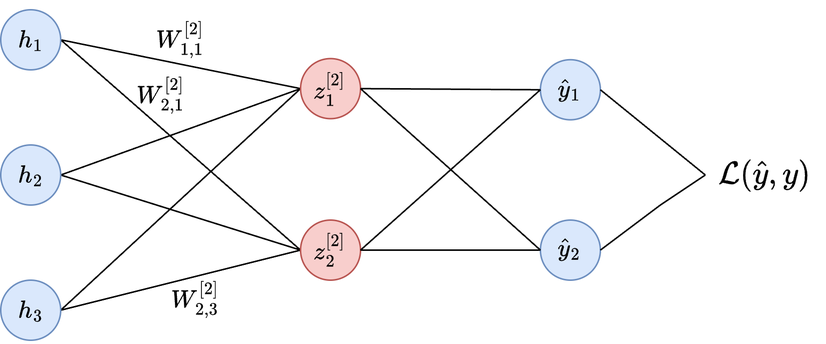
Above: docs/posts/mnist_nn/images/output_layer_base.png in jordancoblin/jordancoblin.github.io (draw.io), before the change. Source tidied: cells renumbered, new cells last; positions are measured from the earlier drawing's top-left corner, leaving out a move shared by most shapes. The source it was exported from:
```xml
<mxGraphModel math="1">
  <root>
    <mxCell id="0" />
    <mxCell id="1" parent="0" />
    <mxCell id="2" style="endArrow=none;html=1;rounded=0;exitX=1;exitY=0.5;exitDx=0;exitDy=0;entryX=0;entryY=0.5;entryDx=0;entryDy=0;startArrow=none;startFill=0;endFill=0;strokeWidth=1;fillColor=#f8cecc;strokeColor=default;" parent="1" edge="1" source="8" target="10">
      <mxGeometry relative="1" as="geometry" />
    </mxCell>
    <mxCell id="3" style="endArrow=none;html=1;rounded=0;exitX=1;exitY=0.5;exitDx=0;exitDy=0;entryX=0;entryY=0.5;entryDx=0;entryDy=0;endFill=0;" parent="1" edge="1" source="8" target="14">
      <mxGeometry relative="1" as="geometry" />
    </mxCell>
    <mxCell id="4" style="endArrow=none;html=1;rounded=0;entryX=0;entryY=0.5;entryDx=0;entryDy=0;exitX=1;exitY=0.5;exitDx=0;exitDy=0;endFill=0;" parent="1" edge="1" source="12" target="14">
      <mxGeometry relative="1" as="geometry" />
    </mxCell>
    <mxCell id="5" style="endArrow=none;html=1;rounded=0;exitX=1;exitY=0.5;exitDx=0;exitDy=0;entryX=0;entryY=0.5;entryDx=0;entryDy=0;endFill=0;" parent="1" edge="1" source="12" target="10">
      <mxGeometry relative="1" as="geometry" />
    </mxCell>
    <mxCell id="6" style="endArrow=none;html=1;rounded=0;exitX=1;exitY=0.5;exitDx=0;exitDy=0;entryX=0;entryY=0.5;entryDx=0;entryDy=0;endFill=0;" parent="1" edge="1" source="16" target="10">
      <mxGeometry relative="1" as="geometry" />
    </mxCell>
    <mxCell id="7" style="endArrow=none;html=1;rounded=0;exitX=1;exitY=0.5;exitDx=0;exitDy=0;entryX=0;entryY=0.5;entryDx=0;entryDy=0;endFill=0;" parent="1" edge="1" source="16" target="14">
      <mxGeometry relative="1" as="geometry" />
    </mxCell>
    <mxCell id="8" style="ellipse;whiteSpace=wrap;html=1;fillColor=#dae8fc;strokeColor=#6c8ebf;" parent="1" vertex="1">
      <mxGeometry width="40" height="40" as="geometry" />
    </mxCell>
    <mxCell id="9" value="$$h_1$$" style="text;html=1;align=center;verticalAlign=middle;whiteSpace=wrap;rounded=0;fontStyle=0;fontSize=14;" parent="1" vertex="1">
      <mxGeometry x="5" y="8.8" width="30" height="22.5" as="geometry" />
    </mxCell>
    <mxCell id="10" style="ellipse;whiteSpace=wrap;html=1;fillColor=#f8cecc;strokeColor=#b85450;" parent="1" vertex="1">
      <mxGeometry x="200" y="32.5" width="40" height="40" as="geometry" />
    </mxCell>
    <mxCell id="11" value="$$z^{[2]}_1$$" style="text;html=1;align=center;verticalAlign=middle;whiteSpace=wrap;rounded=0;fontStyle=0;fontSize=14;" parent="1" vertex="1">
      <mxGeometry x="205" y="42.5" width="30" height="20" as="geometry" />
    </mxCell>
    <mxCell id="12" style="ellipse;whiteSpace=wrap;html=1;fillColor=#dae8fc;strokeColor=#6c8ebf;" parent="1" vertex="1">
      <mxGeometry y="90" width="40" height="40" as="geometry" />
    </mxCell>
    <mxCell id="13" value="$$h_2$$" style="text;html=1;align=center;verticalAlign=middle;whiteSpace=wrap;rounded=0;fontStyle=0;fontSize=14;" parent="1" vertex="1">
      <mxGeometry x="5" y="100" width="30" height="20" as="geometry" />
    </mxCell>
    <mxCell id="14" style="ellipse;whiteSpace=wrap;html=1;fillColor=#f8cecc;strokeColor=#b85450;" parent="1" vertex="1">
      <mxGeometry x="200" y="140" width="40" height="40" as="geometry" />
    </mxCell>
    <mxCell id="15" value="$$z^{[2]}_2$$" style="text;html=1;align=center;verticalAlign=middle;whiteSpace=wrap;rounded=0;fontStyle=0;fontSize=14;" parent="1" vertex="1">
      <mxGeometry x="205" y="147.5" width="30" height="25" as="geometry" />
    </mxCell>
    <mxCell id="16" style="ellipse;whiteSpace=wrap;html=1;fillColor=#dae8fc;strokeColor=#6c8ebf;" parent="1" vertex="1">
      <mxGeometry y="180" width="40" height="40" as="geometry" />
    </mxCell>
    <mxCell id="17" value="$$h_3$$" style="text;html=1;align=center;verticalAlign=middle;whiteSpace=wrap;rounded=0;fontStyle=0;fontSize=14;" parent="1" vertex="1">
      <mxGeometry x="5" y="187.5" width="30" height="25" as="geometry" />
    </mxCell>
    <mxCell id="18" style="group;" parent="1" vertex="1">
      <mxGeometry x="360" y="33.2" width="40" height="40" as="geometry" />
    </mxCell>
    <mxCell id="19" style="ellipse;whiteSpace=wrap;html=1;fillColor=#dae8fc;strokeColor=#6c8ebf;" parent="18" vertex="1">
      <mxGeometry width="40" height="40" as="geometry" />
    </mxCell>
    <mxCell id="20" value="$$\hat{y}_1$$" style="text;html=1;align=center;verticalAlign=middle;whiteSpace=wrap;rounded=0;fontStyle=0;fontSize=14;" parent="18" vertex="1">
      <mxGeometry x="5" y="8.8" width="30" height="22.5" as="geometry" />
    </mxCell>
    <mxCell id="21" style="group;" parent="1" vertex="1">
      <mxGeometry x="360" y="140" width="40" height="40" as="geometry" />
    </mxCell>
    <mxCell id="22" style="group;" parent="21" vertex="1">
      <mxGeometry width="40" height="40" as="geometry" />
    </mxCell>
    <mxCell id="23" style="ellipse;whiteSpace=wrap;html=1;fillColor=#dae8fc;strokeColor=#6c8ebf;" parent="22" vertex="1">
      <mxGeometry width="40" height="40" as="geometry" />
    </mxCell>
    <mxCell id="24" value="$$\hat{y}_2$$" style="text;html=1;align=center;verticalAlign=middle;whiteSpace=wrap;rounded=0;fontStyle=0;fontSize=14;" parent="21" vertex="1">
      <mxGeometry x="5" y="8.8" width="30" height="21.2" as="geometry" />
    </mxCell>
    <mxCell id="25" style="endArrow=none;html=1;rounded=0;exitX=1;exitY=0.5;exitDx=0;exitDy=0;entryX=0;entryY=0.5;entryDx=0;entryDy=0;fillColor=#f8cecc;strokeColor=default;strokeWidth=1;" parent="1" edge="1" source="10" target="19">
      <mxGeometry relative="1" as="geometry" />
    </mxCell>
    <mxCell id="26" style="endArrow=none;html=1;rounded=0;exitX=1;exitY=0.5;exitDx=0;exitDy=0;entryX=0;entryY=0.5;entryDx=0;entryDy=0;fillColor=#f8cecc;strokeColor=default;strokeWidth=1;" parent="1" edge="1" source="10" target="23">
      <mxGeometry relative="1" as="geometry" />
    </mxCell>
    <mxCell id="27" style="endArrow=none;html=1;rounded=0;exitX=1;exitY=0.5;exitDx=0;exitDy=0;entryX=0;entryY=0.5;entryDx=0;entryDy=0;" parent="1" edge="1" source="14" target="19">
      <mxGeometry relative="1" as="geometry" />
    </mxCell>
    <mxCell id="28" style="endArrow=none;html=1;rounded=0;exitX=1;exitY=0.5;exitDx=0;exitDy=0;entryX=0;entryY=0.5;entryDx=0;entryDy=0;" parent="1" edge="1" source="14" target="23">
      <mxGeometry relative="1" as="geometry" />
    </mxCell>
    <mxCell id="29" value="$$\mathcal{L}(\hat{y}, y)$$" style="text;html=1;align=center;verticalAlign=middle;whiteSpace=wrap;rounded=0;fontSize=18;" parent="1" vertex="1">
      <mxGeometry x="470" y="82.5" width="80" height="55" as="geometry" />
    </mxCell>
    <mxCell id="30" style="endArrow=none;html=1;rounded=0;exitX=1;exitY=0.5;exitDx=0;exitDy=0;entryX=0;entryY=0.5;entryDx=0;entryDy=0;fillColor=#f8cecc;strokeColor=default;strokeWidth=1;" parent="1" edge="1" source="19" target="29">
      <mxGeometry relative="1" as="geometry" />
    </mxCell>
    <mxCell id="31" style="endArrow=none;html=1;rounded=0;exitX=1;exitY=0.5;exitDx=0;exitDy=0;entryX=0;entryY=0.5;entryDx=0;entryDy=0;strokeWidth=1;fillColor=#f8cecc;strokeColor=default;" parent="1" edge="1" source="23" target="29">
      <mxGeometry relative="1" as="geometry">
        <Array as="points">
          <mxPoint x="440" y="130" />
        </Array>
      </mxGeometry>
    </mxCell>
    <mxCell id="32" value="$$W^{[2]}_{1,1}$$" style="text;html=1;align=center;verticalAlign=middle;whiteSpace=wrap;rounded=0;fontSize=14;" parent="1" vertex="1">
      <mxGeometry x="90" y="5" width="60" height="30" as="geometry" />
    </mxCell>
    <mxCell id="33" value="$$W^{[2]}_{2,1}$$" style="text;html=1;align=center;verticalAlign=middle;whiteSpace=wrap;rounded=0;fontSize=14;" parent="1" vertex="1">
      <mxGeometry x="77" y="42" width="60" height="30" as="geometry" />
    </mxCell>
    <mxCell id="34" value="$$W^{[2]}_{2,3}$$" style="text;html=1;align=center;verticalAlign=middle;whiteSpace=wrap;rounded=0;fontSize=14;" parent="1" vertex="1">
      <mxGeometry x="100" y="178" width="60" height="30" as="geometry" />
    </mxCell>
  </root>
</mxGraphModel>
```
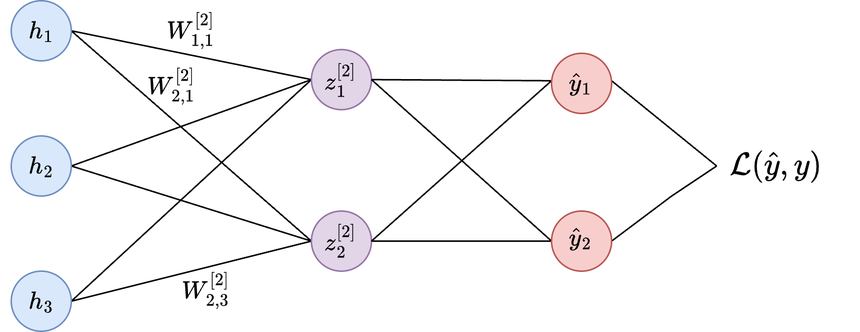
The same diagram one commit later.

Change to the diagram source:
```diff
@@ -26,7 +26,7 @@
     <mxCell id="9" value="$$h_1$$" style="text;html=1;align=center;verticalAlign=middle;whiteSpace=wrap;rounded=0;fontStyle=0;fontSize=14;" parent="1" vertex="1">
       <mxGeometry x="5" y="8.8" width="30" height="22.5" as="geometry" />
     </mxCell>
-    <mxCell id="10" style="ellipse;whiteSpace=wrap;html=1;fillColor=#f8cecc;strokeColor=#b85450;" parent="1" vertex="1">
+    <mxCell id="10" style="ellipse;whiteSpace=wrap;html=1;fillColor=#e1d5e7;strokeColor=#9673a6;" parent="1" vertex="1">
       <mxGeometry x="200" y="32.5" width="40" height="40" as="geometry" />
     </mxCell>
     <mxCell id="11" value="$$z^{[2]}_1$$" style="text;html=1;align=center;verticalAlign=middle;whiteSpace=wrap;rounded=0;fontStyle=0;fontSize=14;" parent="1" vertex="1">
@@ -38,7 +38,7 @@
     <mxCell id="13" value="$$h_2$$" style="text;html=1;align=center;verticalAlign=middle;whiteSpace=wrap;rounded=0;fontStyle=0;fontSize=14;" parent="1" vertex="1">
       <mxGeometry x="5" y="100" width="30" height="20" as="geometry" />
     </mxCell>
-    <mxCell id="14" style="ellipse;whiteSpace=wrap;html=1;fillColor=#f8cecc;strokeColor=#b85450;" parent="1" vertex="1">
+    <mxCell id="14" style="ellipse;whiteSpace=wrap;html=1;fillColor=#e1d5e7;strokeColor=#9673a6;" parent="1" vertex="1">
       <mxGeometry x="200" y="140" width="40" height="40" as="geometry" />
     </mxCell>
     <mxCell id="15" value="$$z^{[2]}_2$$" style="text;html=1;align=center;verticalAlign=middle;whiteSpace=wrap;rounded=0;fontStyle=0;fontSize=14;" parent="1" vertex="1">
@@ -50,47 +50,37 @@
     <mxCell id="17" value="$$h_3$$" style="text;html=1;align=center;verticalAlign=middle;whiteSpace=wrap;rounded=0;fontStyle=0;fontSize=14;" parent="1" vertex="1">
       <mxGeometry x="5" y="187.5" width="30" height="25" as="geometry" />
     </mxCell>
-    <mxCell id="18" style="group;" parent="1" vertex="1">
-      <mxGeometry x="360" y="33.2" width="40" height="40" as="geometry" />
-    </mxCell>
-    <mxCell id="19" style="ellipse;whiteSpace=wrap;html=1;fillColor=#dae8fc;strokeColor=#6c8ebf;" parent="18" vertex="1">
-      <mxGeometry width="40" height="40" as="geometry" />
-    </mxCell>
-    <mxCell id="20" value="$$\hat{y}_1$$" style="text;html=1;align=center;verticalAlign=middle;whiteSpace=wrap;rounded=0;fontStyle=0;fontSize=14;" parent="18" vertex="1">
-      <mxGeometry x="5" y="8.8" width="30" height="22.5" as="geometry" />
-    </mxCell>
-    <mxCell id="21" style="group;" parent="1" vertex="1">
-      <mxGeometry x="360" y="140" width="40" height="40" as="geometry" />
-    </mxCell>
-    <mxCell id="22" style="group;" parent="21" vertex="1">
-      <mxGeometry width="40" height="40" as="geometry" />
-    </mxCell>
-    <mxCell id="23" style="ellipse;whiteSpace=wrap;html=1;fillColor=#dae8fc;strokeColor=#6c8ebf;" parent="22" vertex="1">
-      <mxGeometry width="40" height="40" as="geometry" />
-    </mxCell>
-    <mxCell id="24" value="$$\hat{y}_2$$" style="text;html=1;align=center;verticalAlign=middle;whiteSpace=wrap;rounded=0;fontStyle=0;fontSize=14;" parent="21" vertex="1">
-      <mxGeometry x="5" y="8.8" width="30" height="21.2" as="geometry" />
-    </mxCell>
-    <mxCell id="25" style="endArrow=none;html=1;rounded=0;exitX=1;exitY=0.5;exitDx=0;exitDy=0;entryX=0;entryY=0.5;entryDx=0;entryDy=0;fillColor=#f8cecc;strokeColor=default;strokeWidth=1;" parent="1" edge="1" source="10" target="19">
-      <mxGeometry relative="1" as="geometry" />
+    <mxCell id="25" style="endArrow=none;html=1;rounded=0;exitX=1;exitY=0.5;exitDx=0;exitDy=0;entryX=0;entryY=0.5;entryDx=0;entryDy=0;fillColor=#f8cecc;strokeColor=default;strokeWidth=1;" parent="1" edge="1" source="10">
+      <mxGeometry relative="1" as="geometry">
+        <mxPoint x="360" y="53.2" as="targetPoint" />
+      </mxGeometry>
     </mxCell>
-    <mxCell id="26" style="endArrow=none;html=1;rounded=0;exitX=1;exitY=0.5;exitDx=0;exitDy=0;entryX=0;entryY=0.5;entryDx=0;entryDy=0;fillColor=#f8cecc;strokeColor=default;strokeWidth=1;" parent="1" edge="1" source="10" target="23">
-      <mxGeometry relative="1" as="geometry" />
+    <mxCell id="26" style="endArrow=none;html=1;rounded=0;exitX=1;exitY=0.5;exitDx=0;exitDy=0;entryX=0;entryY=0.5;entryDx=0;entryDy=0;fillColor=#f8cecc;strokeColor=default;strokeWidth=1;" parent="1" edge="1" source="10">
+      <mxGeometry relative="1" as="geometry">
+        <mxPoint x="360" y="160" as="targetPoint" />
+      </mxGeometry>
     </mxCell>
-    <mxCell id="27" style="endArrow=none;html=1;rounded=0;exitX=1;exitY=0.5;exitDx=0;exitDy=0;entryX=0;entryY=0.5;entryDx=0;entryDy=0;" parent="1" edge="1" source="14" target="19">
-      <mxGeometry relative="1" as="geometry" />
+    <mxCell id="27" style="endArrow=none;html=1;rounded=0;exitX=1;exitY=0.5;exitDx=0;exitDy=0;entryX=0;entryY=0.5;entryDx=0;entryDy=0;" parent="1" edge="1" source="14">
+      <mxGeometry relative="1" as="geometry">
+        <mxPoint x="360" y="53.2" as="targetPoint" />
+      </mxGeometry>
     </mxCell>
-    <mxCell id="28" style="endArrow=none;html=1;rounded=0;exitX=1;exitY=0.5;exitDx=0;exitDy=0;entryX=0;entryY=0.5;entryDx=0;entryDy=0;" parent="1" edge="1" source="14" target="23">
-      <mxGeometry relative="1" as="geometry" />
+    <mxCell id="28" style="endArrow=none;html=1;rounded=0;exitX=1;exitY=0.5;exitDx=0;exitDy=0;entryX=0;entryY=0.5;entryDx=0;entryDy=0;" parent="1" edge="1" source="14">
+      <mxGeometry relative="1" as="geometry">
+        <mxPoint x="360" y="160" as="targetPoint" />
+      </mxGeometry>
     </mxCell>
     <mxCell id="29" value="$$\mathcal{L}(\hat{y}, y)$$" style="text;html=1;align=center;verticalAlign=middle;whiteSpace=wrap;rounded=0;fontSize=18;" parent="1" vertex="1">
       <mxGeometry x="470" y="82.5" width="80" height="55" as="geometry" />
     </mxCell>
-    <mxCell id="30" style="endArrow=none;html=1;rounded=0;exitX=1;exitY=0.5;exitDx=0;exitDy=0;entryX=0;entryY=0.5;entryDx=0;entryDy=0;fillColor=#f8cecc;strokeColor=default;strokeWidth=1;" parent="1" edge="1" source="19" target="29">
-      <mxGeometry relative="1" as="geometry" />
+    <mxCell id="30" style="endArrow=none;html=1;rounded=0;exitX=1;exitY=0.5;exitDx=0;exitDy=0;entryX=0;entryY=0.5;entryDx=0;entryDy=0;fillColor=#f8cecc;strokeColor=default;strokeWidth=1;" parent="1" edge="1" target="29">
+      <mxGeometry relative="1" as="geometry">
+        <mxPoint x="400" y="53.2" as="sourcePoint" />
+      </mxGeometry>
     </mxCell>
-    <mxCell id="31" style="endArrow=none;html=1;rounded=0;exitX=1;exitY=0.5;exitDx=0;exitDy=0;entryX=0;entryY=0.5;entryDx=0;entryDy=0;strokeWidth=1;fillColor=#f8cecc;strokeColor=default;" parent="1" edge="1" source="23" target="29">
+    <mxCell id="31" style="endArrow=none;html=1;rounded=0;exitX=1;exitY=0.5;exitDx=0;exitDy=0;entryX=0;entryY=0.5;entryDx=0;entryDy=0;strokeWidth=1;fillColor=#f8cecc;strokeColor=default;" parent="1" edge="1" target="29">
       <mxGeometry relative="1" as="geometry">
+        <mxPoint x="400" y="160" as="sourcePoint" />
         <Array as="points">
           <mxPoint x="440" y="130" />
         </Array>
@@ -105,5 +95,17 @@
     <mxCell id="34" value="$$W^{[2]}_{2,3}$$" style="text;html=1;align=center;verticalAlign=middle;whiteSpace=wrap;rounded=0;fontSize=14;" parent="1" vertex="1">
       <mxGeometry x="100" y="178" width="60" height="30" as="geometry" />
     </mxCell>
+    <mxCell id="35" style="ellipse;whiteSpace=wrap;html=1;fillColor=#f8cecc;strokeColor=#b85450;" parent="1" vertex="1">
+      <mxGeometry x="360" y="35" width="40" height="40" as="geometry" />
+    </mxCell>
+    <mxCell id="20" value="$$\hat{y}_1$$" style="text;html=1;align=center;verticalAlign=middle;whiteSpace=wrap;rounded=0;fontStyle=0;fontSize=14;" parent="1" vertex="1">
+      <mxGeometry x="365" y="43.8" width="30" height="22.5" as="geometry" />
+    </mxCell>
+    <mxCell id="36" style="ellipse;whiteSpace=wrap;html=1;fillColor=#f8cecc;strokeColor=#b85450;" parent="1" vertex="1">
+      <mxGeometry x="360" y="140" width="40" height="40" as="geometry" />
+    </mxCell>
+    <mxCell id="24" value="$$\hat{y}_2$$" style="text;html=1;align=center;verticalAlign=middle;whiteSpace=wrap;rounded=0;fontStyle=0;fontSize=14;" parent="1" vertex="1">
+      <mxGeometry x="365" y="147" width="30" height="22.5" as="geometry" />
+    </mxCell>
   </root>
 </mxGraphModel>
```
